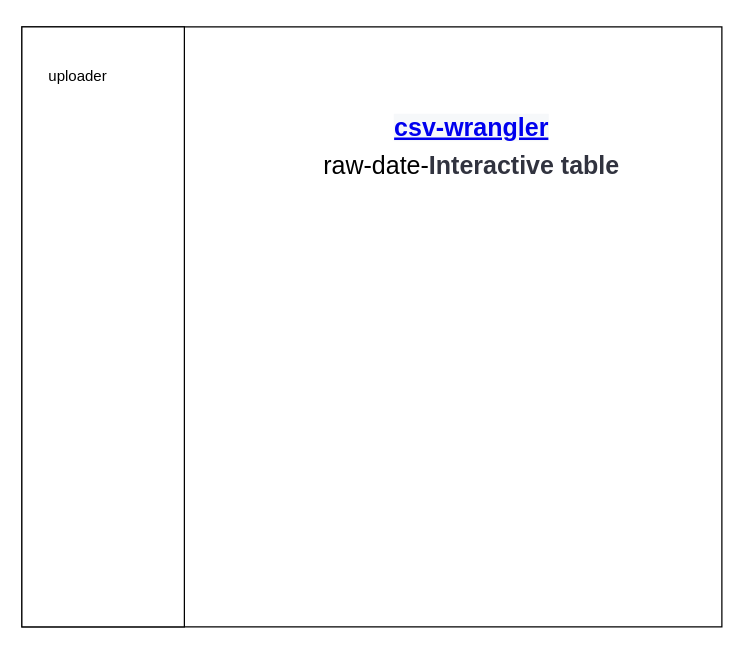
The draw.io diagram demo.drawio in tjxj/data-analysis-report-producer, before the edit. Source tidied: cells renumbered, new cells numbered last; positions are measured from the earlier drawing's top-left corner, leaving out a move shared by most shapes. Both pictures are drawn from the tidied source at 125%, with x=0, y=0 at pixel (21, 26).
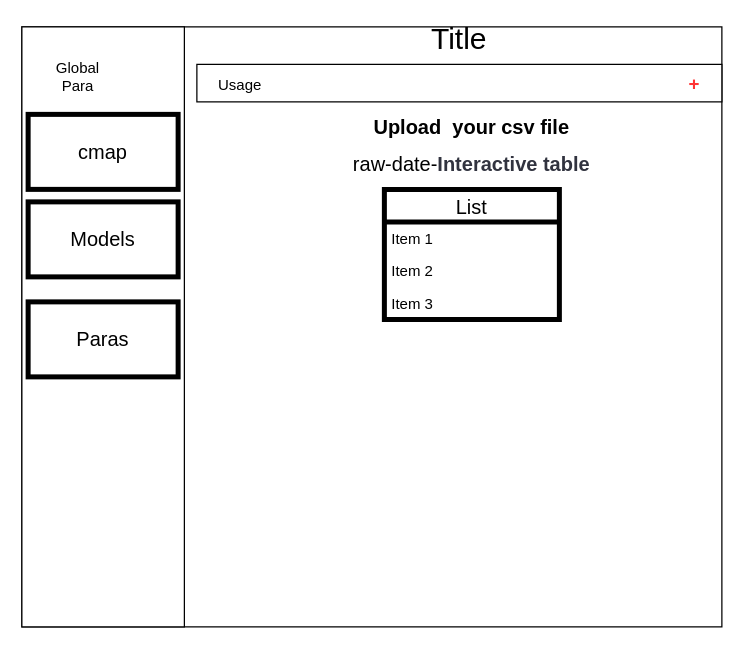
The same page after the edit.

Change to the diagram source:
```diff
@@
 <mxGraphModel>
   <root>
     <mxCell id="0" />
     <mxCell id="1" parent="0" />
     <mxCell id="2" style="rounded=0;whiteSpace=wrap;html=1;" parent="1" vertex="1">
       <mxGeometry width="560" height="480" as="geometry" />
     </mxCell>
-    <mxCell id="3" value="&lt;a href=&quot;https://github.com/streamlit/example-app-csv-wrangler&quot; style=&quot;box-sizing: border-box ; background-color: rgb(246 , 248 , 250) ; transition: 80ms cubic-bezier(0.33 , 1 , 0.68 , 1) 0s , 0s ease 0s , 0s ease 0s , 0s ease 0s ; font-family: , &amp;#34;system-ui&amp;#34; , &amp;#34;segoe ui&amp;#34; , &amp;#34;helvetica&amp;#34; , &amp;#34;arial&amp;#34; , sans-serif , &amp;#34;apple color emoji&amp;#34; , &amp;#34;segoe ui emoji&amp;#34; ; font-size: 20px ; font-weight: 600&quot;&gt;csv-wrangler&lt;/a&gt;" style="text;html=1;strokeColor=none;fillColor=none;align=center;verticalAlign=middle;whiteSpace=wrap;rounded=0;" parent="1" vertex="1">
+    <mxCell id="3" value="Upload&amp;nbsp; your csv file" style="text;html=1;strokeColor=none;fillColor=none;align=center;verticalAlign=middle;whiteSpace=wrap;rounded=0;fontStyle=1;fontSize=16;" parent="1" vertex="1">
       <mxGeometry x="260" y="70" width="200" height="20" as="geometry" />
     </mxCell>
     <mxCell id="4" style="rounded=0;whiteSpace=wrap;html=1;" parent="1" vertex="1">
       <mxGeometry width="130" height="480" as="geometry" />
     </mxCell>
-    <mxCell id="5" value="uploader" style="text;html=1;strokeColor=none;fillColor=none;align=center;verticalAlign=middle;whiteSpace=wrap;rounded=0;" parent="1" vertex="1">
+    <mxCell id="5" value="Global Para" style="text;html=1;strokeColor=none;fillColor=none;align=center;verticalAlign=middle;whiteSpace=wrap;rounded=0;" parent="1" vertex="1">
       <mxGeometry x="25" y="30" width="40" height="20" as="geometry" />
     </mxCell>
-    <mxCell id="6" value="&lt;font style=&quot;font-size: 20px&quot;&gt;raw-date-&lt;span style=&quot;color: rgb(49 , 51 , 63) ; font-family: &amp;#34;source sans pro&amp;#34; , sans-serif ; font-weight: 700 ; background-color: rgb(255 , 255 , 255)&quot;&gt;Interactive table&lt;/span&gt;&lt;/font&gt;" style="text;html=1;strokeColor=none;fillColor=none;align=center;verticalAlign=middle;whiteSpace=wrap;rounded=0;" parent="1" vertex="1">
+    <mxCell id="6" value="&lt;font style=&quot;font-size: 16px;&quot;&gt;raw-date-&lt;span style=&quot;color: rgb(49, 51, 63); font-family: &amp;quot;source sans pro&amp;quot;, sans-serif; font-weight: 700; background-color: rgb(255, 255, 255); font-size: 16px;&quot;&gt;Interactive table&lt;/span&gt;&lt;/font&gt;" style="text;html=1;strokeColor=none;fillColor=none;align=center;verticalAlign=middle;whiteSpace=wrap;rounded=0;fontSize=16;" parent="1" vertex="1">
       <mxGeometry x="240" y="100" width="240" height="20" as="geometry" />
     </mxCell>
+    <mxCell id="7" value="Usage&amp;nbsp; &amp;nbsp; &amp;nbsp; &amp;nbsp; &amp;nbsp; &amp;nbsp; &amp;nbsp; &amp;nbsp; &amp;nbsp; &amp;nbsp; &amp;nbsp; &amp;nbsp; &amp;nbsp; &amp;nbsp; &amp;nbsp; &amp;nbsp; &amp;nbsp; &amp;nbsp; &amp;nbsp; &amp;nbsp; &amp;nbsp; &amp;nbsp; &amp;nbsp; &amp;nbsp; &amp;nbsp; &amp;nbsp; &amp;nbsp; &amp;nbsp; &amp;nbsp; &amp;nbsp; &amp;nbsp; &amp;nbsp; &amp;nbsp; &amp;nbsp; &amp;nbsp; &amp;nbsp; &amp;nbsp; &amp;nbsp; &amp;nbsp; &amp;nbsp; &amp;nbsp; &amp;nbsp; &amp;nbsp; &amp;nbsp; &amp;nbsp; &amp;nbsp; &amp;nbsp; &amp;nbsp; &amp;nbsp; &amp;nbsp; &lt;font style=&quot;font-size: 15px&quot;&gt;&amp;nbsp; &lt;b&gt;&lt;font color=&quot;#ff3333&quot;&gt;+&lt;/font&gt;&lt;/b&gt;&lt;/font&gt;" style="rounded=0;whiteSpace=wrap;html=1;" parent="1" vertex="1">
+      <mxGeometry x="140" y="30" width="420" height="30" as="geometry" />
+    </mxCell>
+    <mxCell id="8" value="Title" style="text;html=1;strokeColor=none;fillColor=none;align=center;verticalAlign=middle;whiteSpace=wrap;rounded=0;strokeWidth=4;fontSize=24;" parent="1" vertex="1">
+      <mxGeometry x="330" width="40" height="20" as="geometry" />
+    </mxCell>
+    <mxCell id="9" style="rounded=0;whiteSpace=wrap;html=1;strokeWidth=4;fontSize=16;" parent="1" vertex="1">
+      <mxGeometry x="5" y="70" width="120" height="60" as="geometry" />
+    </mxCell>
+    <mxCell id="10" value="cmap" style="text;html=1;strokeColor=none;fillColor=none;align=center;verticalAlign=middle;whiteSpace=wrap;rounded=0;fontSize=16;" parent="1" vertex="1">
+      <mxGeometry x="45" y="90" width="40" height="20" as="geometry" />
+    </mxCell>
+    <mxCell id="11" value="Models" style="rounded=0;whiteSpace=wrap;html=1;strokeWidth=4;fontSize=16;" parent="1" vertex="1">
+      <mxGeometry x="5" y="140" width="120" height="60" as="geometry" />
+    </mxCell>
+    <mxCell id="12" value="Paras" style="rounded=0;whiteSpace=wrap;html=1;strokeWidth=4;fontSize=16;" parent="1" vertex="1">
+      <mxGeometry x="5" y="220" width="120" height="60" as="geometry" />
+    </mxCell>
+    <mxCell id="13" value="List" style="swimlane;fontStyle=0;horizontal=1;startSize=26;fillColor=none;strokeWidth=4;fontSize=16;" parent="1" vertex="1">
+      <mxGeometry x="290" y="130" width="140" height="104" as="geometry" />
+    </mxCell>
+    <mxCell id="14" value="Item 1" style="text;strokeColor=none;fillColor=none;align=left;verticalAlign=top;spacingLeft=4;spacingRight=4;overflow=hidden;" parent="13" vertex="1">
+      <mxGeometry y="26" width="140" height="26" as="geometry" />
+    </mxCell>
+    <mxCell id="15" value="Item 2" style="text;strokeColor=none;fillColor=none;align=left;verticalAlign=top;spacingLeft=4;spacingRight=4;overflow=hidden;" parent="13" vertex="1">
+      <mxGeometry y="52" width="140" height="26" as="geometry" />
+    </mxCell>
+    <mxCell id="16" value="Item 3" style="text;strokeColor=none;fillColor=none;align=left;verticalAlign=top;spacingLeft=4;spacingRight=4;overflow=hidden;" parent="13" vertex="1">
+      <mxGeometry y="78" width="140" height="26" as="geometry" />
+    </mxCell>
   </root>
 </mxGraphModel>
```
